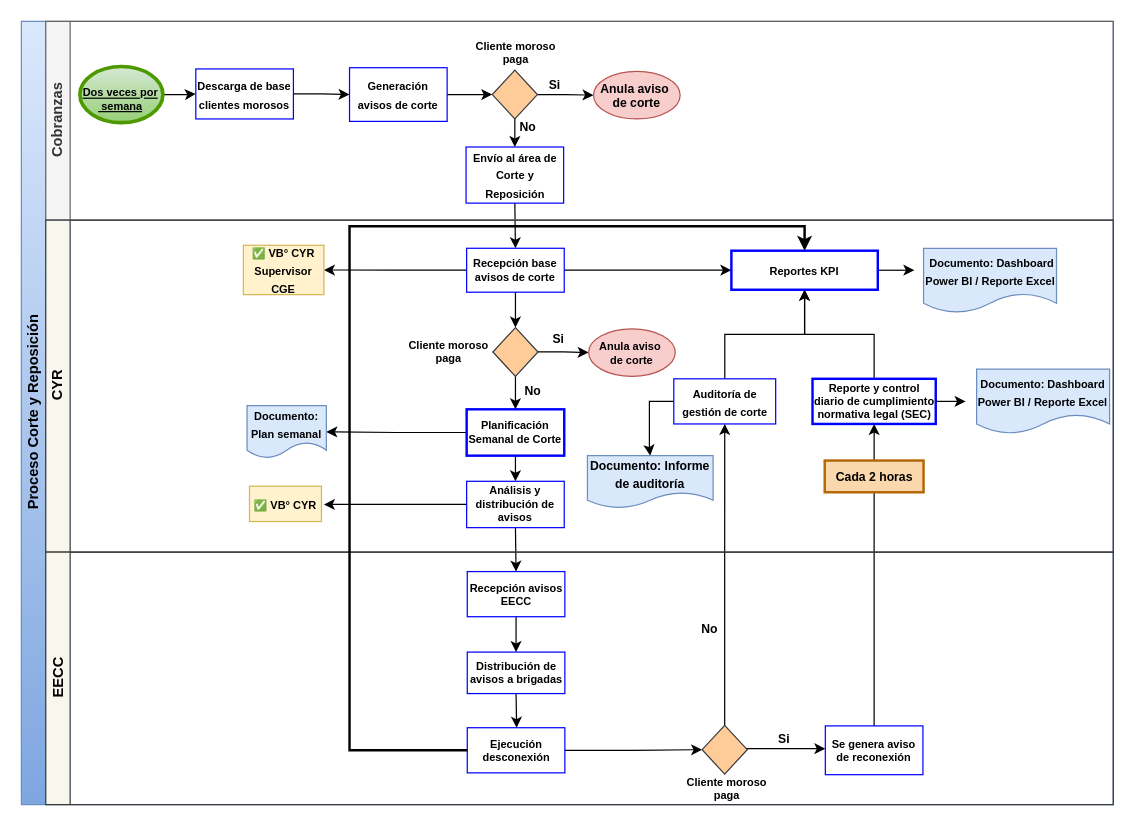
The draw.io diagram page "Página-2" (2 of 2) of Diagrama sin título.drawio in Cristianpizarro93/tetrepo, before the edit. Source tidied: cells renumbered, new cells numbered last; positions are measured from the earlier drawing's top-left corner, leaving out a move shared by most shapes. Both pictures are drawn from the tidied source at 122%, with x=0, y=0 at pixel (21, 21).
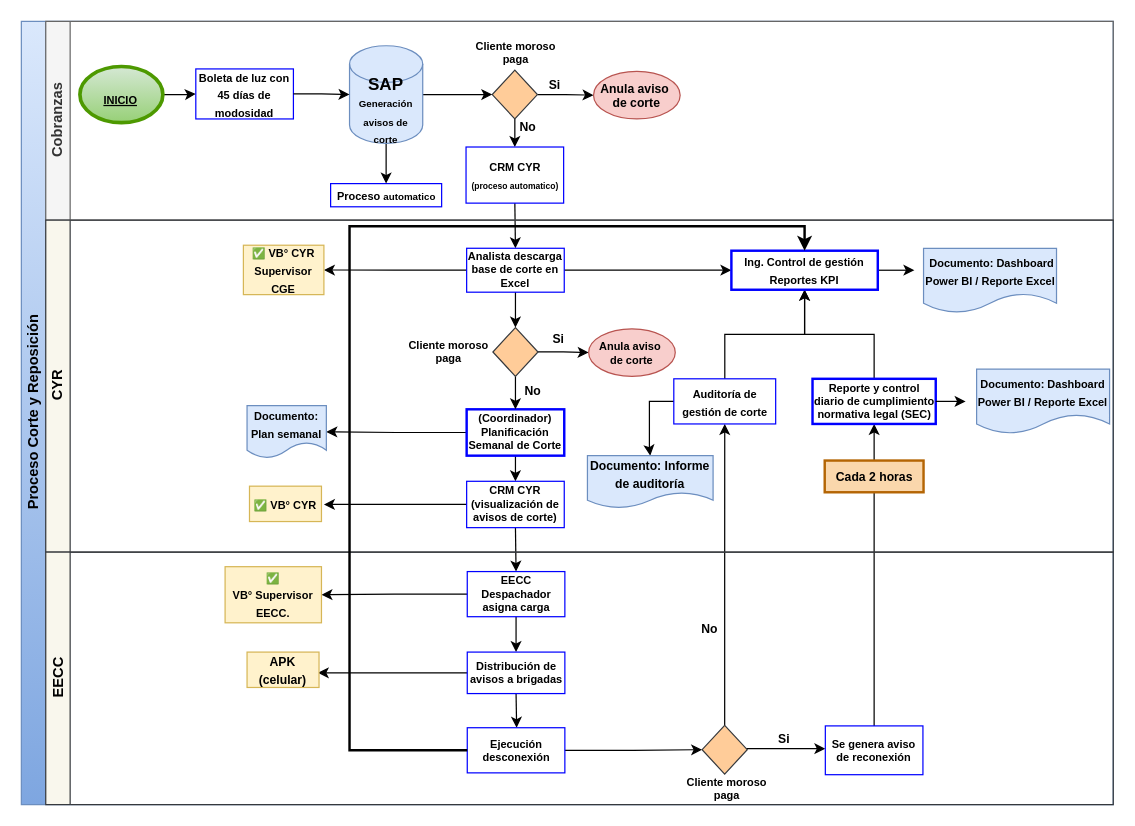
Above is the later version.

Unchanged cells that the change refers to:
```xml
<mxCell id="2" value="Proceso Corte y Reposición" style="swimlane;html=1;horizontal=0;startSize=20;fillColor=#dae8fc;gradientColor=#7ea6e0;strokeColor=#6c8ebf;" parent="1" vertex="1">
  <mxGeometry width="895" height="642" as="geometry" />
</mxCell>
<mxCell id="4" value="Cobranzas" style="swimlane;html=1;startSize=20;horizontal=0;fillColor=#f5f5f5;strokeColor=#666666;fontColor=#333333;" parent="2" vertex="1">
  <mxGeometry x="20" width="875" height="163" as="geometry" />
</mxCell>
<mxCell id="14" style="rhombus;whiteSpace=wrap;html=1;fontFamily=Helvetica;fontSize=12;align=center;fillColor=#ffcc99;strokeColor=#36393d;" parent="4" vertex="1">
  <mxGeometry x="366" y="40" width="37" height="40" as="geometry" />
</mxCell>
<mxCell id="23" value="CYR" style="swimlane;html=1;startSize=20;horizontal=0;fillColor=#f9f7ed;strokeColor=#36393d;" parent="2" vertex="1">
  <mxGeometry x="20" y="163" width="875" height="272" as="geometry" />
</mxCell>
<mxCell id="39" value="Reporte y control diario de cumplimiento normativa legal (SEC)" style="whiteSpace=wrap;html=1;fontSize=9;fontColor=#000000;rounded=0;fillColor=none;strokeColor=#0000FF;fontStyle=1;strokeWidth=2;" parent="23" vertex="1">
  <mxGeometry x="628.5" y="130" width="101" height="37" as="geometry" />
</mxCell>
<mxCell id="42" value="&lt;font style=&quot;font-size: 9px;&quot;&gt;Auditoría de gestión de corte&lt;/font&gt;" style="whiteSpace=wrap;html=1;fontColor=#000000;rounded=0;fillColor=none;strokeColor=#0000FF;fontStyle=1;" parent="23" vertex="1">
  <mxGeometry x="514.8" y="130" width="83.5" height="37" as="geometry" />
</mxCell>
<mxCell id="55" value="EECC" style="swimlane;html=1;startSize=20;horizontal=0;fillColor=#f9f7ed;strokeColor=#36393d;" parent="2" vertex="1">
  <mxGeometry x="20" y="435" width="875" height="207" as="geometry" />
</mxCell>
<mxCell id="59" value="&lt;font&gt;Distribución de avisos a brigadas&lt;/font&gt;" style="rounded=0;whiteSpace=wrap;html=1;fontFamily=Helvetica;fontSize=9;fontColor=#000000;align=center;fillColor=none;strokeColor=#0000FF;fontStyle=1;" parent="55" vertex="1">
  <mxGeometry x="345.5" y="82" width="80" height="34" as="geometry" />
</mxCell>
<mxCell id="65" value="&lt;font&gt;Se genera aviso de reconexión&lt;/font&gt;" style="rounded=0;whiteSpace=wrap;html=1;fontFamily=Helvetica;fontSize=9;fontColor=#000000;align=center;fillColor=none;strokeColor=#0000FF;fontStyle=1;" parent="55" vertex="1">
  <mxGeometry x="639" y="142.5" width="80" height="40" as="geometry" />
</mxCell>
<mxCell id="67" style="rhombus;whiteSpace=wrap;html=1;fontFamily=Helvetica;fontSize=12;align=center;fillColor=#ffcc99;strokeColor=#36393d;" parent="55" vertex="1">
  <mxGeometry x="538" y="142" width="37" height="40" as="geometry" />
</mxCell>
```

What changed in the source:
```diff
@@
+    <mxCell id="20" style="edgeStyle=orthogonalEdgeStyle;rounded=0;jettySize=auto;html=1;" parent="2" edge="1" source="65" target="39">
+      <mxGeometry relative="1" as="geometry" />
+    </mxCell>
+    <mxCell id="21" style="edgeStyle=orthogonalEdgeStyle;rounded=0;jettySize=auto;html=1;exitX=0.5;exitY=1;exitDx=0;exitDy=0;entryX=0.5;entryY=0;entryDx=0;entryDy=0;" parent="2" edge="1" source="46" target="57">
+      <mxGeometry relative="1" as="geometry" />
+    </mxCell>
+    <mxCell id="22" style="edgeStyle=orthogonalEdgeStyle;rounded=0;jettySize=auto;html=1;entryX=0.5;entryY=1;entryDx=0;entryDy=0;" parent="2" edge="1" source="67" target="42">
+      <mxGeometry relative="1" as="geometry" />
+    </mxCell>
@@
-    <mxCell id="7" style="edgeStyle=orthogonalEdgeStyle;rounded=0;jettySize=auto;html=1;exitX=1;exitY=0.5;exitDx=0;exitDy=0;" parent="4" edge="1" source="8" target="10">
-      <mxGeometry relative="1" as="geometry" />
-    </mxCell>
-    <mxCell id="8" value="&lt;font style=&quot;font-size: 9px;&quot;&gt;&lt;b&gt;Descarga de base clientes morosos&lt;/b&gt;&lt;/font&gt;" style="rounded=0;whiteSpace=wrap;html=1;fontFamily=Helvetica;fontSize=12;align=center;fillColor=none;gradientColor=#7ea6e0;strokeColor=#0000FF;" parent="4" vertex="1">
+    <mxCell id="8" value="&lt;font style=&quot;font-size: 9px;&quot;&gt;&lt;b&gt;Boleta de luz con 45 días de modosidad&lt;/b&gt;&lt;/font&gt;" style="rounded=0;whiteSpace=wrap;html=1;fontFamily=Helvetica;fontSize=12;align=center;fillColor=none;gradientColor=#7ea6e0;strokeColor=#0000FF;" parent="4" vertex="1">
       <mxGeometry x="123" y="39" width="80" height="41" as="geometry" />
     </mxCell>
-    <mxCell id="9" style="edgeStyle=orthogonalEdgeStyle;rounded=0;jettySize=auto;html=1;exitX=1;exitY=0.5;exitDx=0;exitDy=0;entryX=0;entryY=0.5;entryDx=0;entryDy=0;" parent="4" edge="1" source="10" target="14">
-      <mxGeometry relative="1" as="geometry" />
-    </mxCell>
-    <mxCell id="10" value="&lt;font style=&quot;font-size: 9px;&quot;&gt;Generación avisos de corte&lt;/font&gt;" style="rounded=0;whiteSpace=wrap;html=1;fontFamily=Helvetica;fontSize=12;fontColor=#000000;align=center;fillColor=none;strokeColor=#0000FF;fontStyle=1;" parent="4" vertex="1">
-      <mxGeometry x="249" y="38" width="80" height="44" as="geometry" />
+    <mxCell id="10" value="&lt;font style=&quot;font-size: 9px;&quot;&gt;Proceso &lt;/font&gt;&lt;font style=&quot;font-size: 8px;&quot;&gt;automatico&lt;/font&gt;" style="rounded=0;whiteSpace=wrap;html=1;fontFamily=Helvetica;fontSize=12;fontColor=#000000;align=center;fillColor=none;strokeColor=#0000FF;fontStyle=1;" parent="4" vertex="1">
+      <mxGeometry x="233.5" y="133" width="91" height="19" as="geometry" />
     </mxCell>
-    <mxCell id="11" value="&lt;b&gt;&lt;u&gt;Dos veces por&lt;/u&gt;&lt;/b&gt;&lt;div&gt;&lt;b&gt;&lt;u&gt;&amp;nbsp;semana&lt;/u&gt;&lt;/b&gt;&lt;/div&gt;" style="text;html=1;align=center;verticalAlign=middle;strokeColor=none;fillColor=none;fontSize=9;" parent="4" vertex="1">
-      <mxGeometry x="20.5" y="47" width="80" height="34" as="geometry" />
+    <mxCell id="11" value="&lt;b&gt;&lt;u&gt;INICIO&lt;/u&gt;&lt;/b&gt;" style="text;html=1;align=center;verticalAlign=middle;strokeColor=none;fillColor=none;fontSize=9;" parent="4" vertex="1">
+      <mxGeometry x="37.5" y="53" width="46" height="23" as="geometry" />
     </mxCell>
@@
-    <mxCell id="19" value="&lt;font style=&quot;font-size: 9px;&quot;&gt;Envío al área de Corte y Reposición&lt;/font&gt;" style="rounded=0;whiteSpace=wrap;html=1;fontFamily=Helvetica;fontSize=12;fontColor=#000000;align=center;fillColor=none;strokeColor=#0000FF;fontStyle=1;" parent="4" vertex="1">
+    <mxCell id="19" value="&lt;font style=&quot;font-size: 9px;&quot;&gt;CRM CYR&lt;/font&gt;&lt;div&gt;&lt;font style=&quot;font-size: 7px;&quot;&gt;(proceso automatico)&lt;/font&gt;&lt;/div&gt;" style="rounded=0;whiteSpace=wrap;html=1;fontFamily=Helvetica;fontSize=12;fontColor=#000000;align=center;fillColor=none;strokeColor=#0000FF;fontStyle=1;" parent="4" vertex="1">
       <mxGeometry x="344.5" y="103" width="80" height="46" as="geometry" />
     </mxCell>
-    <mxCell id="20" style="edgeStyle=orthogonalEdgeStyle;rounded=0;jettySize=auto;html=1;" parent="2" edge="1" source="65" target="39">
-      <mxGeometry relative="1" as="geometry" />
-    </mxCell>
-    <mxCell id="21" style="edgeStyle=orthogonalEdgeStyle;rounded=0;jettySize=auto;html=1;exitX=0.5;exitY=1;exitDx=0;exitDy=0;entryX=0.5;entryY=0;entryDx=0;entryDy=0;" parent="2" edge="1" source="46" target="57">
-      <mxGeometry relative="1" as="geometry" />
-    </mxCell>
-    <mxCell id="22" style="edgeStyle=orthogonalEdgeStyle;rounded=0;jettySize=auto;html=1;entryX=0.5;entryY=1;entryDx=0;entryDy=0;" parent="2" edge="1" source="67" target="42">
-      <mxGeometry relative="1" as="geometry" />
-    </mxCell>
+    <mxCell id="69" style="edgeStyle=orthogonalEdgeStyle;rounded=0;jettySize=auto;html=1;entryX=0;entryY=0.5;entryDx=0;entryDy=0;" parent="4" edge="1" source="71" target="14">
+      <mxGeometry relative="1" as="geometry" />
+    </mxCell>
+    <mxCell id="70" style="edgeStyle=orthogonalEdgeStyle;rounded=0;jettySize=auto;html=1;exitX=0.5;exitY=1;exitDx=0;exitDy=0;exitPerimeter=0;entryX=0.5;entryY=0;entryDx=0;entryDy=0;" parent="4" edge="1" source="71" target="10">
+      <mxGeometry relative="1" as="geometry" />
+    </mxCell>
+    <mxCell id="71" value="&lt;span style=&quot;font-weight: 700;&quot;&gt;&lt;font style=&quot;font-size: 14px;&quot;&gt;SAP&lt;/font&gt;&lt;/span&gt;&lt;div&gt;&lt;span style=&quot;font-weight: 700;&quot;&gt;&lt;font style=&quot;font-size: 8px;&quot;&gt;Generación avisos de corte&lt;/font&gt;&lt;/span&gt;&lt;/div&gt;" style="shape=cylinder3;whiteSpace=wrap;html=1;boundedLbl=1;backgroundOutline=1;size=15;fillColor=#dae8fc;strokeColor=#6c8ebf;" parent="4" vertex="1">
+      <mxGeometry x="249" y="20" width="60" height="80" as="geometry" />
+    </mxCell>
+    <mxCell id="72" style="edgeStyle=orthogonalEdgeStyle;rounded=0;jettySize=auto;html=1;exitX=1;exitY=0.5;exitDx=0;exitDy=0;entryX=0;entryY=0.5;entryDx=0;entryDy=0;entryPerimeter=0;" parent="4" edge="1" source="8" target="71">
+      <mxGeometry relative="1" as="geometry" />
+    </mxCell>
@@
-    <mxCell id="27" value="&lt;font&gt;Recepción base avisos de corte&lt;/font&gt;" style="rounded=0;whiteSpace=wrap;html=1;fontFamily=Helvetica;fontSize=9;fontColor=#000000;align=center;fillColor=none;strokeColor=#0000FF;fontStyle=1;" parent="23" vertex="1">
+    <mxCell id="27" value="Analista descarga base de corte en Excel" style="rounded=0;whiteSpace=wrap;html=1;fontFamily=Helvetica;fontSize=9;fontColor=#000000;align=center;fillColor=none;strokeColor=#0000FF;fontStyle=1;" parent="23" vertex="1">
       <mxGeometry x="345" y="23" width="80" height="36" as="geometry" />
     </mxCell>
@@
-    <mxCell id="30" value="Planificación Semanal de Corte" style="rounded=0;whiteSpace=wrap;html=1;fontFamily=Helvetica;fontSize=9;fontColor=#000000;align=center;fillColor=none;strokeColor=#0000FF;fontStyle=1;strokeWidth=2;" parent="23" vertex="1">
+    <mxCell id="30" value="(Coordinador) Planificación Semanal de Corte" style="rounded=0;whiteSpace=wrap;html=1;fontFamily=Helvetica;fontSize=9;fontColor=#000000;align=center;fillColor=none;strokeColor=#0000FF;fontStyle=1;strokeWidth=2;" parent="23" vertex="1">
       <mxGeometry x="345" y="155" width="80" height="38" as="geometry" />
     </mxCell>
@@
-    <mxCell id="44" value="&lt;font style=&quot;font-size: 9px;&quot;&gt;Reportes KPI&lt;/font&gt;" style="whiteSpace=wrap;html=1;fillColor=none;strokeColor=#0000FF;fontColor=#000000;rounded=0;fontStyle=1;strokeWidth=2;" parent="23" vertex="1">
+    <mxCell id="44" value="&lt;font style=&quot;font-size: 9px;&quot;&gt;Ing. Control de gestión&lt;/font&gt;&lt;div&gt;&lt;font style=&quot;font-size: 9px;&quot;&gt;Reportes KPI&lt;/font&gt;&lt;/div&gt;" style="whiteSpace=wrap;html=1;fillColor=none;strokeColor=#0000FF;fontColor=#000000;rounded=0;fontStyle=1;strokeWidth=2;" parent="23" vertex="1">
       <mxGeometry x="562" y="25" width="120" height="32" as="geometry" />
     </mxCell>
@@
-    <mxCell id="46" value="&lt;font&gt;Análisis y distribución de avisos&lt;/font&gt;" style="rounded=0;whiteSpace=wrap;html=1;fontFamily=Helvetica;fontSize=9;fontColor=#000000;align=center;fillColor=none;strokeColor=#0000FF;fontStyle=1;" parent="23" vertex="1">
+    <mxCell id="46" value="CRM CYR (visualización de avisos de corte)" style="rounded=0;whiteSpace=wrap;html=1;fontFamily=Helvetica;fontSize=9;fontColor=#000000;align=center;fillColor=none;strokeColor=#0000FF;fontStyle=1;" parent="23" vertex="1">
       <mxGeometry x="345" y="214" width="80" height="38" as="geometry" />
     </mxCell>
@@
+    <mxCell id="73" style="edgeStyle=orthogonalEdgeStyle;rounded=0;jettySize=auto;html=1;exitX=0;exitY=0.5;exitDx=0;exitDy=0;entryX=1;entryY=0.5;entryDx=0;entryDy=0;" parent="55" edge="1" source="57" target="76">
+      <mxGeometry relative="1" as="geometry" />
+    </mxCell>
-    <mxCell id="57" value="&lt;font&gt;Recepción avisos EECC&lt;/font&gt;" style="rounded=0;whiteSpace=wrap;html=1;fontFamily=Helvetica;fontSize=9;fontColor=#000000;align=center;fillColor=none;strokeColor=#0000FF;fontStyle=1;" parent="55" vertex="1">
+    <mxCell id="57" value="EECC&lt;div&gt;Despachador asigna carga&lt;/div&gt;" style="rounded=0;whiteSpace=wrap;html=1;fontFamily=Helvetica;fontSize=9;fontColor=#000000;align=center;fillColor=none;strokeColor=#0000FF;fontStyle=1;" parent="55" vertex="1">
       <mxGeometry x="345.5" y="16" width="80" height="37" as="geometry" />
     </mxCell>
@@
+    <mxCell id="74" style="edgeStyle=orthogonalEdgeStyle;rounded=0;jettySize=auto;html=1;" parent="55" edge="1" source="59">
+      <mxGeometry relative="1" as="geometry">
+        <mxPoint x="223" y="99" as="targetPoint" />
+      </mxGeometry>
+    </mxCell>
@@
+    <mxCell id="75" value="&lt;font size=&quot;1&quot;&gt;&lt;b&gt;APK (celular)&lt;/b&gt;&lt;/font&gt;" style="rounded=0;whiteSpace=wrap;html=1;fillColor=#fff2cc;strokeColor=#d6b656;" parent="55" vertex="1">
+      <mxGeometry x="165" y="82" width="59" height="29" as="geometry" />
+    </mxCell>
+    <mxCell id="76" value="&lt;b&gt;&lt;font style=&quot;font-size: 9px;&quot;&gt;✅ VB°&amp;nbsp;&lt;/font&gt;&lt;/b&gt;&lt;font style=&quot;font-size: 9px;&quot;&gt;&lt;b style=&quot;&quot;&gt;Supervisor EECC.&lt;/b&gt;&lt;/font&gt;" style="rounded=0;whiteSpace=wrap;html=1;fillColor=#fff2cc;strokeColor=#d6b656;" parent="55" vertex="1">
+      <mxGeometry x="147" y="12" width="79" height="46" as="geometry" />
+    </mxCell>
```
